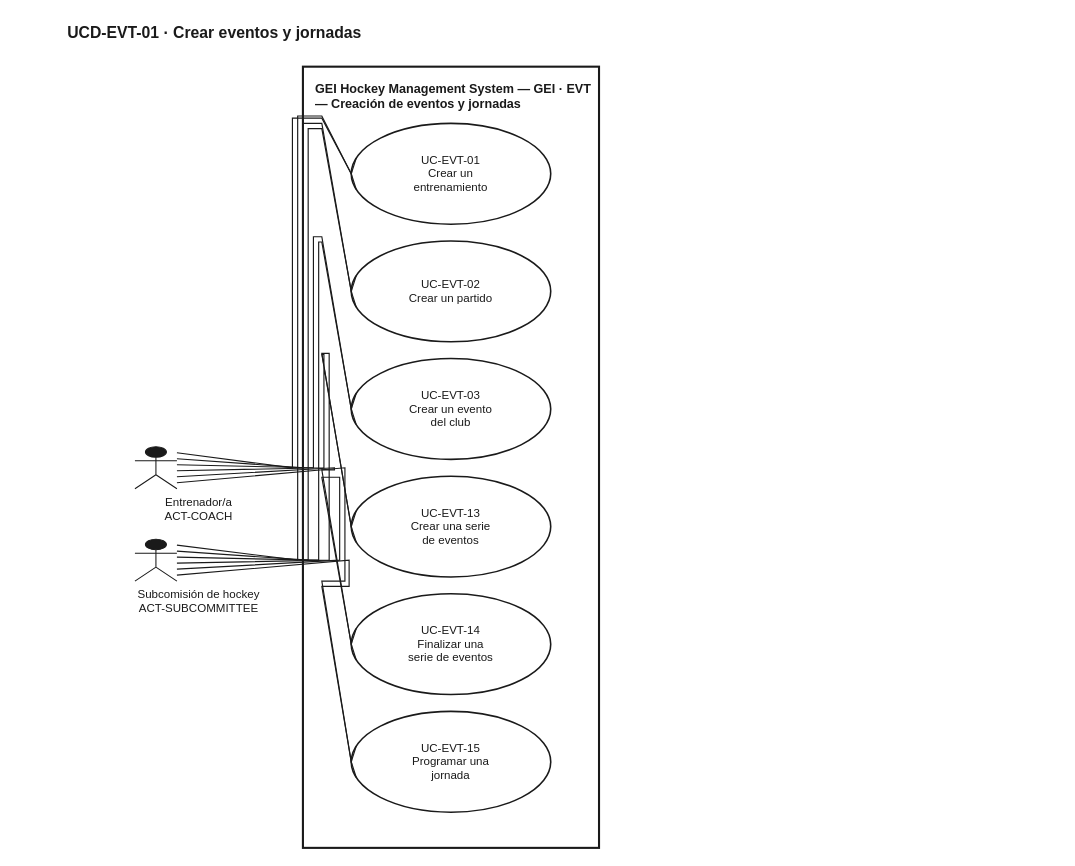
Earlier version of the draw.io diagram docs/uml/use-cases/source-v1_1/UCD-EVT-01__GEI_Event_Creation.drawio (xeyroxpagode/Cluber). Source tidied: cells renumbered, new cells numbered last; positions are measured from the earlier drawing's top-left corner, leaving out a move shared by most shapes. Both pictures are drawn from the tidied source at 105%, with x=0, y=0 at pixel (65, 18).
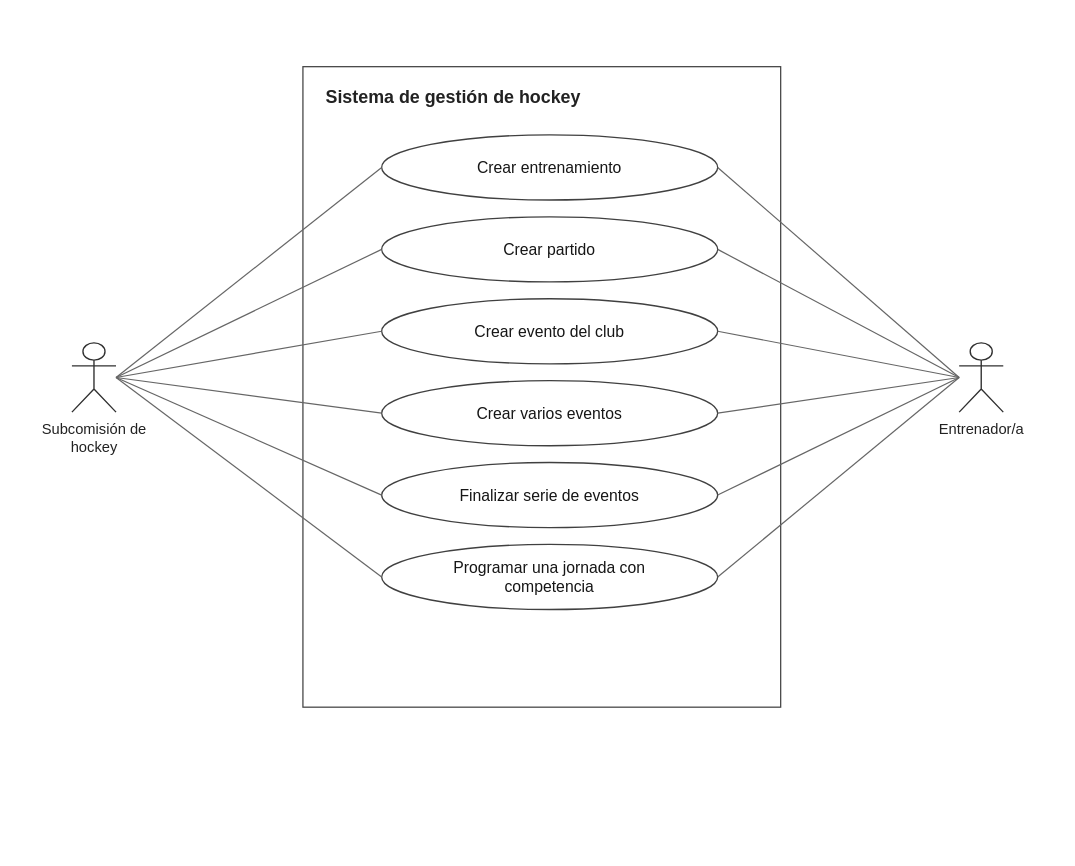
The same page after the edit.

Diff of the diagram source:
```diff
@@
-<mxGraphModel>
+<mxGraphModel background="#FFFFFF">
@@
-    <mxCell id="2" value="UCD-EVT-01 · Crear eventos y jornadas" style="text;html=1;strokeColor=none;fillColor=none;align=left;verticalAlign=middle;fontFamily=Helvetica;fontSize=15;fontStyle=1;fontColor=#1A1A1A;" parent="1" vertex="1">
-      <mxGeometry width="800" height="26" as="geometry" />
-    </mxCell>
-    <mxCell id="3" value="GEI Hockey Management System — GEI · EVT — Creación de eventos y jornadas" style="rounded=0;whiteSpace=wrap;html=1;fillColor=#FFFFFF;strokeColor=#1A1A1A;strokeWidth=2;verticalAlign=top;align=left;spacingLeft=10;spacingTop=8;fontFamily=Helvetica;fontSize=12;fontStyle=1;fontColor=#1A1A1A;" parent="1" vertex="1">
-      <mxGeometry x="226" y="46" width="282" height="744" as="geometry" />
+    <mxCell id="3" value="Sistema de gestión de hockey" style="rounded=0;whiteSpace=wrap;html=1;fillColor=#FFFFFF;strokeColor=#444444;strokeWidth=1.2;fontStyle=1;fontSize=17;fontColor=#222222;align=left;verticalAlign=top;spacingLeft=20;spacingTop=13;" parent="1" vertex="1">
+      <mxGeometry x="226" y="46" width="455" height="610" as="geometry" />
     </mxCell>
-    <mxCell id="4" value="UC-EVT-01&lt;br&gt;Crear un&lt;br&gt;entrenamiento" style="ellipse;whiteSpace=wrap;html=1;fillColor=#FFFFFF;strokeColor=#1A1A1A;strokeWidth=1.5;fontFamily=Helvetica;fontSize=11;fontColor=#1A1A1A;align=center;verticalAlign=middle;" parent="1" vertex="1">
-      <mxGeometry x="272" y="100" width="190" height="96" as="geometry" />
-    </mxCell>
-    <mxCell id="5" value="UC-EVT-02&lt;br&gt;Crear un partido" style="ellipse;whiteSpace=wrap;html=1;fillColor=#FFFFFF;strokeColor=#1A1A1A;strokeWidth=1.5;fontFamily=Helvetica;fontSize=11;fontColor=#1A1A1A;align=center;verticalAlign=middle;" parent="1" vertex="1">
-      <mxGeometry x="272" y="212" width="190" height="96" as="geometry" />
-    </mxCell>
-    <mxCell id="6" value="UC-EVT-03&lt;br&gt;Crear un evento&lt;br&gt;del club" style="ellipse;whiteSpace=wrap;html=1;fillColor=#FFFFFF;strokeColor=#1A1A1A;strokeWidth=1.5;fontFamily=Helvetica;fontSize=11;fontColor=#1A1A1A;align=center;verticalAlign=middle;" parent="1" vertex="1">
-      <mxGeometry x="272" y="324" width="190" height="96" as="geometry" />
-    </mxCell>
-    <mxCell id="7" value="UC-EVT-13&lt;br&gt;Crear una serie&lt;br&gt;de eventos" style="ellipse;whiteSpace=wrap;html=1;fillColor=#FFFFFF;strokeColor=#1A1A1A;strokeWidth=1.5;fontFamily=Helvetica;fontSize=11;fontColor=#1A1A1A;align=center;verticalAlign=middle;" parent="1" vertex="1">
-      <mxGeometry x="272" y="436" width="190" height="96" as="geometry" />
-    </mxCell>
-    <mxCell id="8" value="UC-EVT-14&lt;br&gt;Finalizar una&lt;br&gt;serie de eventos" style="ellipse;whiteSpace=wrap;html=1;fillColor=#FFFFFF;strokeColor=#1A1A1A;strokeWidth=1.5;fontFamily=Helvetica;fontSize=11;fontColor=#1A1A1A;align=center;verticalAlign=middle;" parent="1" vertex="1">
-      <mxGeometry x="272" y="548" width="190" height="96" as="geometry" />
-    </mxCell>
-    <mxCell id="9" value="UC-EVT-15&lt;br&gt;Programar una&lt;br&gt;jornada" style="ellipse;whiteSpace=wrap;html=1;fillColor=#FFFFFF;strokeColor=#1A1A1A;strokeWidth=1.5;fontFamily=Helvetica;fontSize=11;fontColor=#1A1A1A;align=center;verticalAlign=middle;" parent="1" vertex="1">
-      <mxGeometry x="272" y="660" width="190" height="96" as="geometry" />
-    </mxCell>
-    <mxCell id="10" style="shape=umlActor;html=1;verticalLabelPosition=bottom;verticalAlign=top;align=center;labelBackgroundColor=#FFFFFF;fontFamily=Helvetica;fontSize=11;fontColor=#1A1A1A;strokeColor=#1A1A1A;fillColor=#1A1A1A;" parent="1" vertex="1">
-      <mxGeometry x="66" y="408" width="40" height="40" as="geometry" />
-    </mxCell>
-    <mxCell id="11" value="Entrenador/a&lt;br&gt;ACT-COACH" style="text;html=1;strokeColor=none;fillColor=none;align=center;verticalAlign=top;fontFamily=Helvetica;fontSize=11;fontColor=#1A1A1A;whiteSpace=wrap;" parent="1" vertex="1">
-      <mxGeometry x="42" y="448" width="170" height="28" as="geometry" />
-    </mxCell>
-    <mxCell id="12" style="shape=umlActor;html=1;verticalLabelPosition=bottom;verticalAlign=top;align=center;labelBackgroundColor=#FFFFFF;fontFamily=Helvetica;fontSize=11;fontColor=#1A1A1A;strokeColor=#1A1A1A;fillColor=#1A1A1A;" parent="1" vertex="1">
-      <mxGeometry x="66" y="496" width="40" height="40" as="geometry" />
-    </mxCell>
-    <mxCell id="13" value="Subcomisión de hockey&lt;br&gt;ACT-SUBCOMMITTEE" style="text;html=1;strokeColor=none;fillColor=none;align=center;verticalAlign=top;fontFamily=Helvetica;fontSize=11;fontColor=#1A1A1A;whiteSpace=wrap;" parent="1" vertex="1">
-      <mxGeometry x="42" y="536" width="170" height="28" as="geometry" />
-    </mxCell>
-    <mxCell id="14" style="endArrow=none;html=1;rounded=0;strokeColor=#1A1A1A;strokeWidth=1.1;exitX=1;exitY=0.14285714285714285;exitDx=0;exitDy=0;entryX=0;entryY=0.3333333333333333;entryDx=0;entryDy=0;" parent="1" edge="1" source="10" target="4">
-      <mxGeometry relative="1" as="geometry">
-        <Array as="points">
-          <mxPoint x="216" y="428" />
-          <mxPoint x="216" y="95" />
-          <mxPoint x="244" y="95" />
-          <mxPoint x="272" y="148" />
-        </Array>
-      </mxGeometry>
-    </mxCell>
-    <mxCell id="15" style="endArrow=none;html=1;rounded=0;strokeColor=#1A1A1A;strokeWidth=1.1;exitX=1;exitY=0.14285714285714285;exitDx=0;exitDy=0;entryX=0;entryY=0.6666666666666666;entryDx=0;entryDy=0;" parent="1" edge="1" source="12" target="4">
-      <mxGeometry relative="1" as="geometry">
-        <Array as="points">
-          <mxPoint x="221" y="516" />
-          <mxPoint x="221" y="93" />
-          <mxPoint x="244" y="93" />
-          <mxPoint x="272" y="148" />
-        </Array>
-      </mxGeometry>
-    </mxCell>
-    <mxCell id="16" style="endArrow=none;html=1;rounded=0;strokeColor=#1A1A1A;strokeWidth=1.1;exitX=1;exitY=0.2857142857142857;exitDx=0;exitDy=0;entryX=0;entryY=0.3333333333333333;entryDx=0;entryDy=0;" parent="1" edge="1" source="10" target="5">
-      <mxGeometry relative="1" as="geometry">
-        <Array as="points">
-          <mxPoint x="226" y="428" />
-          <mxPoint x="226" y="100" />
-          <mxPoint x="244" y="100" />
-          <mxPoint x="272" y="260" />
-        </Array>
-      </mxGeometry>
-    </mxCell>
-    <mxCell id="17" style="endArrow=none;html=1;rounded=0;strokeColor=#1A1A1A;strokeWidth=1.1;exitX=1;exitY=0.2857142857142857;exitDx=0;exitDy=0;entryX=0;entryY=0.6666666666666666;entryDx=0;entryDy=0;" parent="1" edge="1" source="12" target="5">
-      <mxGeometry relative="1" as="geometry">
-        <Array as="points">
-          <mxPoint x="231" y="516" />
-          <mxPoint x="231" y="105" />
-          <mxPoint x="244" y="105" />
-          <mxPoint x="272" y="260" />
-        </Array>
-      </mxGeometry>
-    </mxCell>
-    <mxCell id="18" style="endArrow=none;html=1;rounded=0;strokeColor=#1A1A1A;strokeWidth=1.1;exitX=1;exitY=0.42857142857142855;exitDx=0;exitDy=0;entryX=0;entryY=0.3333333333333333;entryDx=0;entryDy=0;" parent="1" edge="1" source="10" target="6">
-      <mxGeometry relative="1" as="geometry">
-        <Array as="points">
-          <mxPoint x="236" y="428" />
-          <mxPoint x="236" y="208" />
-          <mxPoint x="244" y="208" />
-          <mxPoint x="272" y="372" />
-        </Array>
-      </mxGeometry>
-    </mxCell>
-    <mxCell id="19" style="endArrow=none;html=1;rounded=0;strokeColor=#1A1A1A;strokeWidth=1.1;exitX=1;exitY=0.42857142857142855;exitDx=0;exitDy=0;entryX=0;entryY=0.6666666666666666;entryDx=0;entryDy=0;" parent="1" edge="1" source="12" target="6">
-      <mxGeometry relative="1" as="geometry">
-        <Array as="points">
-          <mxPoint x="241" y="516" />
-          <mxPoint x="241" y="213" />
-          <mxPoint x="244" y="213" />
-          <mxPoint x="272" y="372" />
-        </Array>
-      </mxGeometry>
-    </mxCell>
-    <mxCell id="20" style="endArrow=none;html=1;rounded=0;strokeColor=#1A1A1A;strokeWidth=1.1;exitX=1;exitY=0.5714285714285714;exitDx=0;exitDy=0;entryX=0;entryY=0.3333333333333333;entryDx=0;entryDy=0;" parent="1" edge="1" source="10" target="7">
-      <mxGeometry relative="1" as="geometry">
-        <Array as="points">
-          <mxPoint x="246" y="428" />
-          <mxPoint x="246" y="320" />
-          <mxPoint x="244" y="320" />
-          <mxPoint x="272" y="484" />
-        </Array>
-      </mxGeometry>
-    </mxCell>
-    <mxCell id="21" style="endArrow=none;html=1;rounded=0;strokeColor=#1A1A1A;strokeWidth=1.1;exitX=1;exitY=0.5714285714285714;exitDx=0;exitDy=0;entryX=0;entryY=0.6666666666666666;entryDx=0;entryDy=0;" parent="1" edge="1" source="12" target="7">
-      <mxGeometry relative="1" as="geometry">
-        <Array as="points">
-          <mxPoint x="251" y="516" />
-          <mxPoint x="251" y="319" />
-          <mxPoint x="244" y="319" />
-          <mxPoint x="272" y="484" />
-        </Array>
-      </mxGeometry>
-    </mxCell>
-    <mxCell id="22" style="endArrow=none;html=1;rounded=0;strokeColor=#1A1A1A;strokeWidth=1.1;exitX=1;exitY=0.7142857142857143;exitDx=0;exitDy=0;entryX=0;entryY=0.3333333333333333;entryDx=0;entryDy=0;" parent="1" edge="1" source="10" target="8">
-      <mxGeometry relative="1" as="geometry">
-        <Array as="points">
-          <mxPoint x="256" y="428" />
-          <mxPoint x="256" y="430" />
-          <mxPoint x="244" y="430" />
-          <mxPoint x="272" y="596" />
-        </Array>
-      </mxGeometry>
-    </mxCell>
-    <mxCell id="23" style="endArrow=none;html=1;rounded=0;strokeColor=#1A1A1A;strokeWidth=1.1;exitX=1;exitY=0.7142857142857143;exitDx=0;exitDy=0;entryX=0;entryY=0.6666666666666666;entryDx=0;entryDy=0;" parent="1" edge="1" source="12" target="8">
-      <mxGeometry relative="1" as="geometry">
-        <Array as="points">
-          <mxPoint x="261" y="516" />
-          <mxPoint x="261" y="437" />
-          <mxPoint x="244" y="437" />
-          <mxPoint x="272" y="596" />
-        </Array>
-      </mxGeometry>
-    </mxCell>
-    <mxCell id="24" style="endArrow=none;html=1;rounded=0;strokeColor=#1A1A1A;strokeWidth=1.1;exitX=1;exitY=0.8571428571428571;exitDx=0;exitDy=0;entryX=0;entryY=0.3333333333333333;entryDx=0;entryDy=0;" parent="1" edge="1" source="10" target="9">
-      <mxGeometry relative="1" as="geometry">
-        <Array as="points">
-          <mxPoint x="266" y="428" />
-          <mxPoint x="266" y="536" />
-          <mxPoint x="244" y="536" />
-          <mxPoint x="272" y="708" />
-        </Array>
-      </mxGeometry>
-    </mxCell>
-    <mxCell id="25" style="endArrow=none;html=1;rounded=0;strokeColor=#1A1A1A;strokeWidth=1.1;exitX=1;exitY=0.8571428571428571;exitDx=0;exitDy=0;entryX=0;entryY=0.6666666666666666;entryDx=0;entryDy=0;" parent="1" edge="1" source="12" target="9">
-      <mxGeometry relative="1" as="geometry">
-        <Array as="points">
-          <mxPoint x="270" y="516" />
-          <mxPoint x="270" y="541" />
-          <mxPoint x="244" y="541" />
-          <mxPoint x="272" y="708" />
-        </Array>
-      </mxGeometry>
-    </mxCell>
+    <mxCell id="26" value="Crear entrenamiento" style="ellipse;html=1;whiteSpace=wrap;fillColor=#FFFFFF;strokeColor=#404040;strokeWidth=1.25;fontColor=#161616;fontSize=15;align=center;verticalAlign=middle;spacing=10;" parent="1" vertex="1">
+      <mxGeometry x="301" y="111" width="320" height="62" as="geometry" />
+    </mxCell>
+    <mxCell id="27" value="Crear partido" style="ellipse;html=1;whiteSpace=wrap;fillColor=#FFFFFF;strokeColor=#404040;strokeWidth=1.25;fontColor=#161616;fontSize=15;align=center;verticalAlign=middle;spacing=10;" parent="1" vertex="1">
+      <mxGeometry x="301" y="189" width="320" height="62" as="geometry" />
+    </mxCell>
+    <mxCell id="28" value="Crear evento del club" style="ellipse;html=1;whiteSpace=wrap;fillColor=#FFFFFF;strokeColor=#404040;strokeWidth=1.25;fontColor=#161616;fontSize=15;align=center;verticalAlign=middle;spacing=10;" parent="1" vertex="1">
+      <mxGeometry x="301" y="267" width="320" height="62" as="geometry" />
+    </mxCell>
+    <mxCell id="29" value="Crear varios eventos" style="ellipse;html=1;whiteSpace=wrap;fillColor=#FFFFFF;strokeColor=#404040;strokeWidth=1.25;fontColor=#161616;fontSize=15;align=center;verticalAlign=middle;spacing=10;" parent="1" vertex="1">
+      <mxGeometry x="301" y="345" width="320" height="62" as="geometry" />
+    </mxCell>
+    <mxCell id="30" value="Finalizar serie de eventos" style="ellipse;html=1;whiteSpace=wrap;fillColor=#FFFFFF;strokeColor=#404040;strokeWidth=1.25;fontColor=#161616;fontSize=15;align=center;verticalAlign=middle;spacing=10;" parent="1" vertex="1">
+      <mxGeometry x="301" y="423" width="320" height="62" as="geometry" />
+    </mxCell>
+    <mxCell id="31" value="Programar una jornada con&#10;competencia" style="ellipse;html=1;whiteSpace=wrap;fillColor=#FFFFFF;strokeColor=#404040;strokeWidth=1.25;fontColor=#161616;fontSize=15;align=center;verticalAlign=middle;spacing=10;" parent="1" vertex="1">
+      <mxGeometry x="301" y="501" width="320" height="62" as="geometry" />
+    </mxCell>
+    <mxCell id="32" style="shape=umlActor;html=1;strokeColor=#303030;strokeWidth=1.3;fillColor=#FFFFFF;" parent="1" vertex="1">
+      <mxGeometry x="6" y="309" width="42" height="66" as="geometry" />
+    </mxCell>
+    <mxCell id="33" value="Subcomisión de hockey" style="text;html=1;whiteSpace=wrap;align=center;verticalAlign=top;fontSize=14;fontColor=#222222;fillColor=none;strokeColor=none;" parent="1" vertex="1">
+      <mxGeometry x="-45" y="376" width="145" height="44" as="geometry" />
+    </mxCell>
+    <mxCell id="34" style="shape=umlActor;html=1;strokeColor=#303030;strokeWidth=1.3;fillColor=#FFFFFF;" parent="1" vertex="1">
+      <mxGeometry x="851" y="309" width="42" height="66" as="geometry" />
+    </mxCell>
+    <mxCell id="35" value="Entrenador/a" style="text;html=1;whiteSpace=wrap;align=center;verticalAlign=top;fontSize=14;fontColor=#222222;fillColor=none;strokeColor=none;" parent="1" vertex="1">
+      <mxGeometry x="800" y="376" width="145" height="44" as="geometry" />
+    </mxCell>
+    <mxCell id="36" style="endArrow=none;startArrow=none;html=1;strokeColor=#666666;strokeWidth=1.15;rounded=0;edgeStyle=none;exitX=0;exitY=0.5;entryX=1;entryY=0.5;" parent="1" edge="1" source="34" target="26">
+      <mxGeometry relative="1" as="geometry" />
+    </mxCell>
+    <mxCell id="37" style="endArrow=none;startArrow=none;html=1;strokeColor=#666666;strokeWidth=1.15;rounded=0;edgeStyle=none;exitX=0;exitY=0.5;entryX=1;entryY=0.5;" parent="1" edge="1" source="34" target="27">
+      <mxGeometry relative="1" as="geometry" />
+    </mxCell>
+    <mxCell id="38" style="endArrow=none;startArrow=none;html=1;strokeColor=#666666;strokeWidth=1.15;rounded=0;edgeStyle=none;exitX=0;exitY=0.5;entryX=1;entryY=0.5;" parent="1" edge="1" source="34" target="28">
+      <mxGeometry relative="1" as="geometry" />
+    </mxCell>
+    <mxCell id="39" style="endArrow=none;startArrow=none;html=1;strokeColor=#666666;strokeWidth=1.15;rounded=0;edgeStyle=none;exitX=0;exitY=0.5;entryX=1;entryY=0.5;" parent="1" edge="1" source="34" target="29">
+      <mxGeometry relative="1" as="geometry" />
+    </mxCell>
+    <mxCell id="40" style="endArrow=none;startArrow=none;html=1;strokeColor=#666666;strokeWidth=1.15;rounded=0;edgeStyle=none;exitX=0;exitY=0.5;entryX=1;entryY=0.5;" parent="1" edge="1" source="34" target="30">
+      <mxGeometry relative="1" as="geometry" />
+    </mxCell>
+    <mxCell id="41" style="endArrow=none;startArrow=none;html=1;strokeColor=#666666;strokeWidth=1.15;rounded=0;edgeStyle=none;exitX=0;exitY=0.5;entryX=1;entryY=0.5;" parent="1" edge="1" source="34" target="31">
+      <mxGeometry relative="1" as="geometry" />
+    </mxCell>
+    <mxCell id="42" style="endArrow=none;startArrow=none;html=1;strokeColor=#666666;strokeWidth=1.15;rounded=0;edgeStyle=none;exitX=1;exitY=0.5;entryX=0;entryY=0.5;" parent="1" edge="1" source="32" target="26">
+      <mxGeometry relative="1" as="geometry" />
+    </mxCell>
+    <mxCell id="43" style="endArrow=none;startArrow=none;html=1;strokeColor=#666666;strokeWidth=1.15;rounded=0;edgeStyle=none;exitX=1;exitY=0.5;entryX=0;entryY=0.5;" parent="1" edge="1" source="32" target="27">
+      <mxGeometry relative="1" as="geometry" />
+    </mxCell>
+    <mxCell id="44" style="endArrow=none;startArrow=none;html=1;strokeColor=#666666;strokeWidth=1.15;rounded=0;edgeStyle=none;exitX=1;exitY=0.5;entryX=0;entryY=0.5;" parent="1" edge="1" source="32" target="28">
+      <mxGeometry relative="1" as="geometry" />
+    </mxCell>
+    <mxCell id="45" style="endArrow=none;startArrow=none;html=1;strokeColor=#666666;strokeWidth=1.15;rounded=0;edgeStyle=none;exitX=1;exitY=0.5;entryX=0;entryY=0.5;" parent="1" edge="1" source="32" target="29">
+      <mxGeometry relative="1" as="geometry" />
+    </mxCell>
+    <mxCell id="46" style="endArrow=none;startArrow=none;html=1;strokeColor=#666666;strokeWidth=1.15;rounded=0;edgeStyle=none;exitX=1;exitY=0.5;entryX=0;entryY=0.5;" parent="1" edge="1" source="32" target="30">
+      <mxGeometry relative="1" as="geometry" />
+    </mxCell>
+    <mxCell id="47" style="endArrow=none;startArrow=none;html=1;strokeColor=#666666;strokeWidth=1.15;rounded=0;edgeStyle=none;exitX=1;exitY=0.5;entryX=0;entryY=0.5;" parent="1" edge="1" source="32" target="31">
+      <mxGeometry relative="1" as="geometry" />
+    </mxCell>
```
